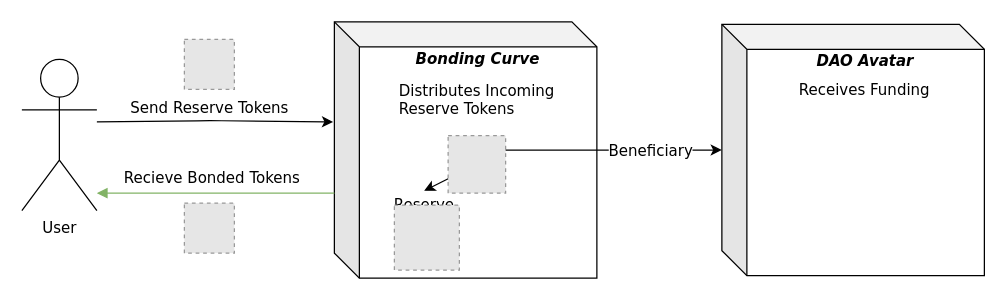
Above: page "Buy Flow" (1 of 4) of diagrams/src/bonding_curve_distributions.drawio in dOrgTech/OpenRaise (draw.io), before the change. Source tidied: cells renumbered, new cells numbered last; positions are measured from the earlier drawing's top-left corner, leaving out a move shared by most shapes. Both pictures are drawn from the tidied source at 125%, with x=0, y=0 at pixel (21, 21). Pictures stored in the file or linked from it are replaced by grey dashed boxes.
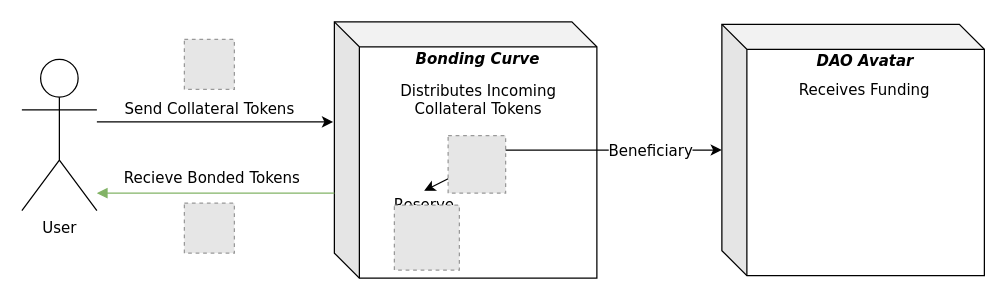
The same diagram, later.

Commit message (it also covers changes not shown here):
reserve -> collateral in diagrams

Change to the diagram source:
```diff
@@
-    <mxCell id="7" value="Send Reserve Tokens" style="endArrow=classic;html=1;entryX=-0.005;entryY=0.127;entryDx=0;entryDy=0;fontSize=12;fontFamily=Verdana;entryPerimeter=0;" parent="1" edge="1">
+    <mxCell id="7" value="Send Collateral Tokens" style="endArrow=classic;html=1;entryX=-0.005;entryY=0.127;entryDx=0;entryDy=0;fontSize=12;fontFamily=Verdana;entryPerimeter=0;" parent="1" edge="1">
       <mxGeometry x="-0.05" y="10" relative="1" as="geometry">
         <mxPoint x="60" y="80" as="sourcePoint" />
         <mxPoint x="249" y="80" as="targetPoint" />
-        <Array as="points">
-          <mxPoint x="150" y="79" />
-        </Array>
       </mxGeometry>
     </mxCell>
@@
-    <mxCell id="12" value="Distributes Incoming &lt;br&gt;Reserve Tokens" style="text;html=1;align=left;verticalAlign=top;spacingTop=-4;fontFamily=Verdana;" parent="1" vertex="1">
-      <mxGeometry x="299.9" y="45.5" width="150" height="30" as="geometry" />
+    <mxCell id="12" value="Distributes Incoming &lt;br&gt;Collateral Tokens" style="text;html=1;align=center;verticalAlign=top;spacingTop=-4;fontFamily=Verdana;" parent="1" vertex="1">
+      <mxGeometry x="289.9" y="45.5" width="150" height="30" as="geometry" />
     </mxCell>
```
